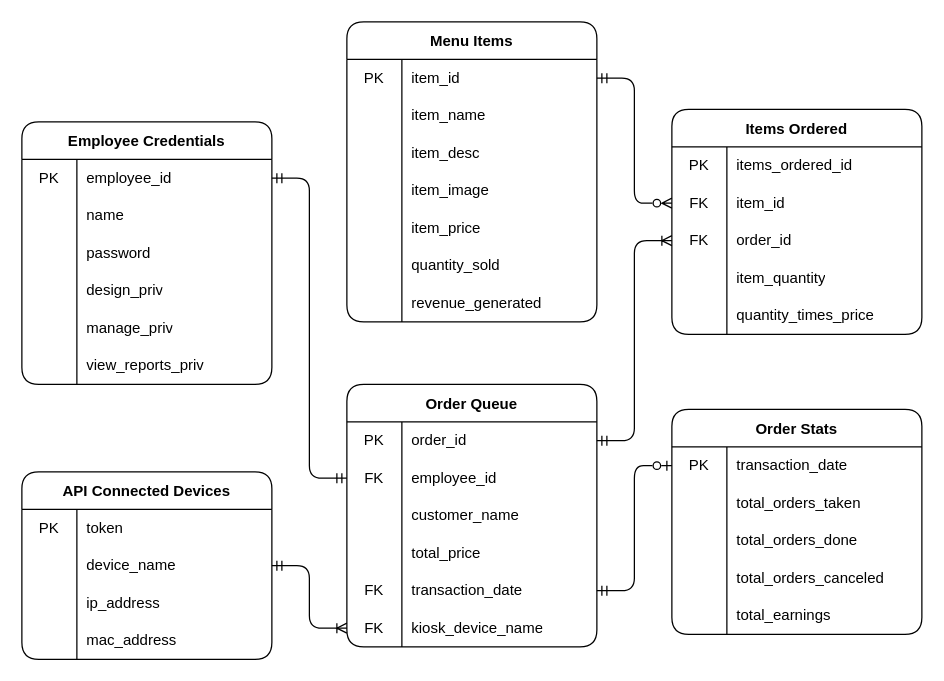
Before: DOCS/Diagrams/ERD Diagram.drawio in alexxGmZ/MenuMaApp, a draw.io diagram. Source tidied: cells renumbered, new cells numbered last; positions are measured from the earlier drawing's top-left corner, leaving out a move shared by most shapes. Both pictures are drawn from the tidied source at 125%, with x=0, y=0 at pixel (21, 21).
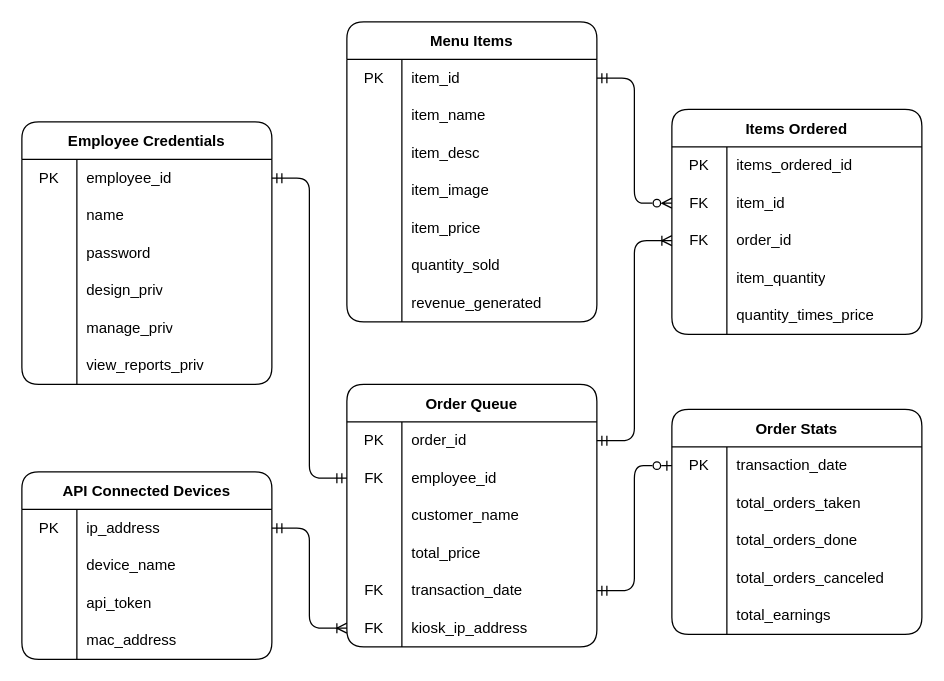
Above is the later version.

Commit message:
diagram(erd): change pk to ip_address

The change refers to these unchanged cells:
```xml
<mxCell id="59" style="shape=tableRow;horizontal=0;startSize=0;swimlaneHead=0;swimlaneBody=0;top=0;left=0;bottom=0;right=0;fillColor=none;points=[[0,0.5],[1,0.5]];portConstraint=eastwest;" parent="43" vertex="1">
  <mxGeometry y="180" width="200" height="30" as="geometry" />
</mxCell>
<mxCell id="99" style="shape=tableRow;horizontal=0;startSize=0;swimlaneHead=0;swimlaneBody=0;top=0;left=0;bottom=0;right=0;fillColor=none;points=[[0,0.5],[1,0.5]];portConstraint=eastwest;" parent="98" vertex="1">
  <mxGeometry y="30" width="200" height="30" as="geometry" />
</mxCell>
<mxCell id="102" style="shape=tableRow;horizontal=0;startSize=0;swimlaneHead=0;swimlaneBody=0;top=0;left=0;bottom=0;right=0;fillColor=none;points=[[0,0.5],[1,0.5]];portConstraint=eastwest;" parent="98" vertex="1">
  <mxGeometry y="60" width="200" height="30" as="geometry" />
</mxCell>
<mxCell id="105" style="shape=tableRow;horizontal=0;startSize=0;swimlaneHead=0;swimlaneBody=0;top=0;left=0;bottom=0;right=0;fillColor=none;" parent="98" vertex="1">
  <mxGeometry y="90" width="200" height="30" as="geometry" />
</mxCell>
```

Diff of the diagram source:
```diff
@@
-    <mxCell id="61" value="kiosk_device_name" style="shape=partialRectangle;html=1;whiteSpace=wrap;fillColor=none;top=0;left=0;bottom=0;right=0;align=left;spacingLeft=6;overflow=hidden;" parent="59" vertex="1">
+    <mxCell id="61" value="kiosk_ip_address" style="shape=partialRectangle;html=1;whiteSpace=wrap;fillColor=none;top=0;left=0;bottom=0;right=0;align=left;spacingLeft=6;overflow=hidden;" parent="59" vertex="1">
       <mxGeometry x="44" width="156" height="30" as="geometry" />
     </mxCell>
@@
+    <mxCell id="111" style="edgeStyle=none;html=1;exitX=1;exitY=0.5;exitDx=0;exitDy=0;entryX=0;entryY=0.5;entryDx=0;entryDy=0;endArrow=ERoneToMany;endFill=0;startArrow=ERmandOne;startFill=0;" parent="1" edge="1" source="99" target="59">
+      <mxGeometry relative="1" as="geometry">
+        <Array as="points">
+          <mxPoint x="230" y="405" />
+          <mxPoint x="230" y="485" />
+        </Array>
+      </mxGeometry>
+    </mxCell>
@@
-    <mxCell id="101" value="token" style="shape=partialRectangle;html=1;whiteSpace=wrap;fillColor=none;top=0;left=0;bottom=0;right=0;align=left;spacingLeft=6;overflow=hidden;" parent="99" vertex="1">
+    <mxCell id="101" value="ip_address" style="shape=partialRectangle;html=1;whiteSpace=wrap;fillColor=none;top=0;left=0;bottom=0;right=0;align=left;spacingLeft=6;overflow=hidden;" parent="99" vertex="1">
       <mxGeometry x="44" width="156" height="30" as="geometry" />
     </mxCell>
@@
-    <mxCell id="107" value="ip_address" style="shape=partialRectangle;html=1;whiteSpace=wrap;fillColor=none;top=0;left=0;bottom=0;right=0;align=left;spacingLeft=6;overflow=hidden;" parent="105" vertex="1">
+    <mxCell id="107" value="api_token" style="shape=partialRectangle;html=1;whiteSpace=wrap;fillColor=none;top=0;left=0;bottom=0;right=0;align=left;spacingLeft=6;overflow=hidden;" parent="105" vertex="1">
       <mxGeometry x="44" width="156" height="30" as="geometry" />
     </mxCell>
@@
-    <mxCell id="111" style="edgeStyle=none;html=1;exitX=1;exitY=0.5;exitDx=0;exitDy=0;entryX=0;entryY=0.5;entryDx=0;entryDy=0;endArrow=ERoneToMany;endFill=0;startArrow=ERmandOne;startFill=0;" parent="1" edge="1" source="102" target="59">
-      <mxGeometry relative="1" as="geometry">
-        <Array as="points">
-          <mxPoint x="230" y="435" />
-          <mxPoint x="230" y="485" />
-        </Array>
-      </mxGeometry>
-    </mxCell>
```
